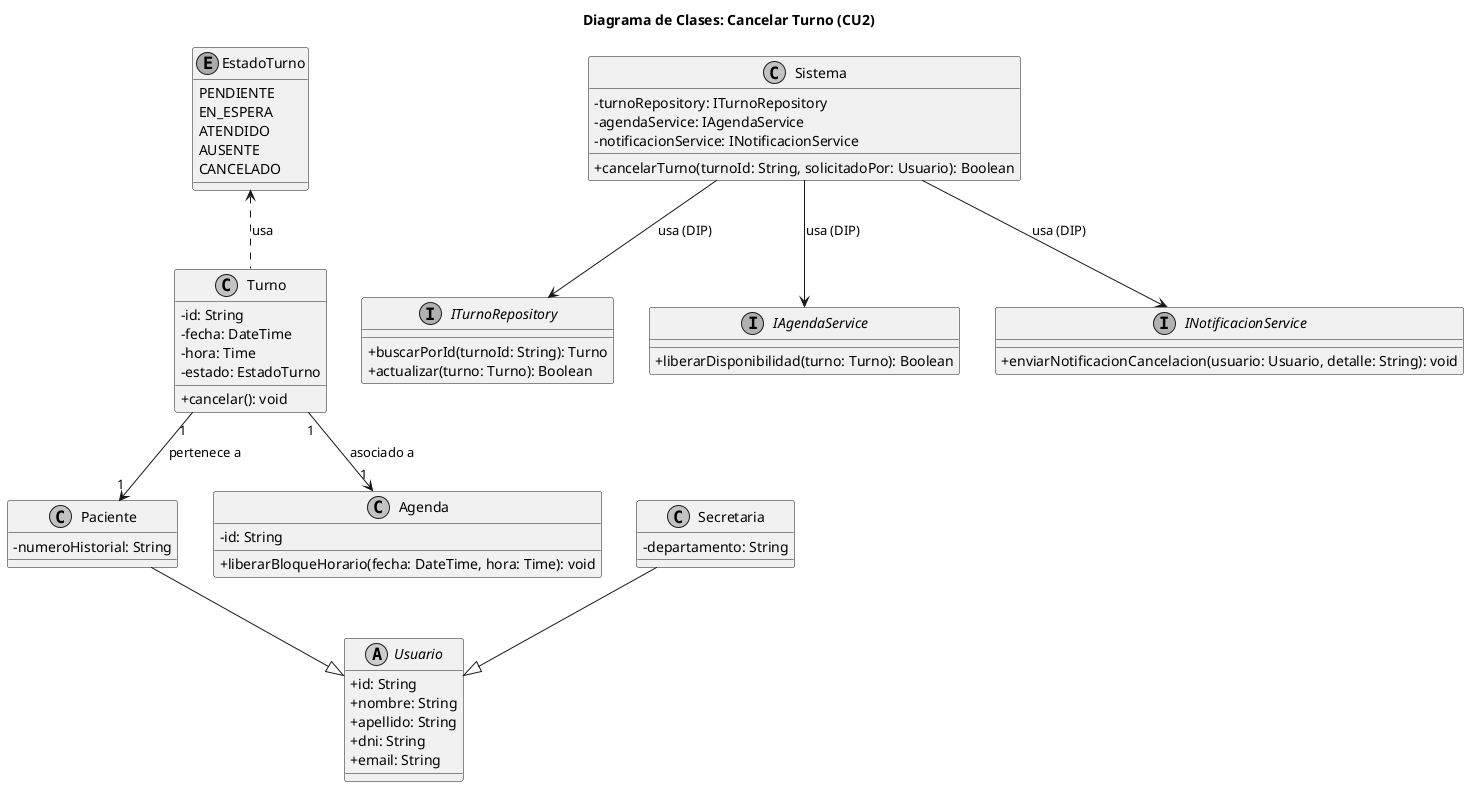
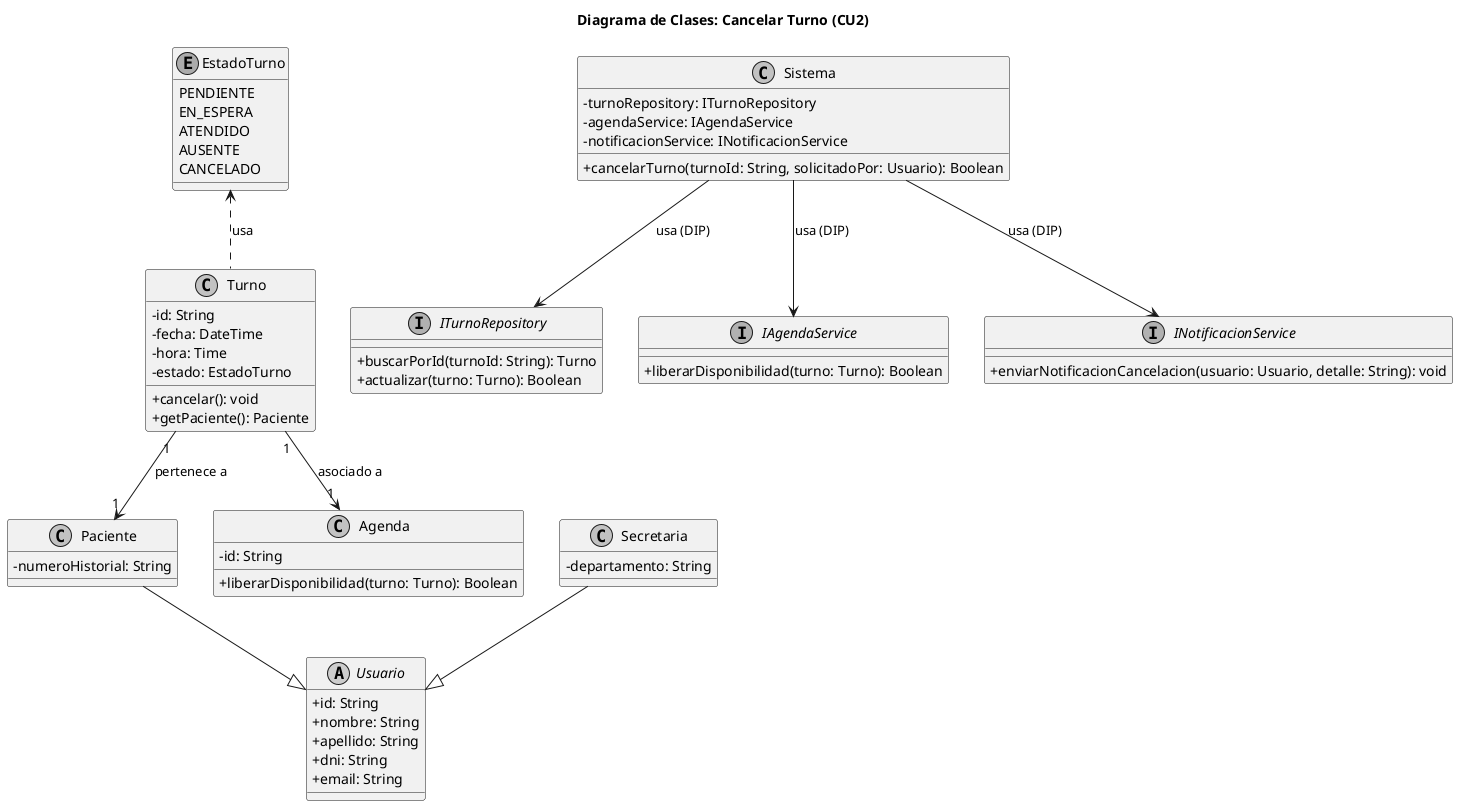
@startuml 02-clases-cancelar-turno-02
title Diagrama de Clases: Cancelar Turno (CU2)

skinparam classAttributeIconSize 0
skinparam monochrome true

abstract class Usuario {
    +id: String
    +nombre: String
    +apellido: String
    +dni: String
    +email: String
}

class Paciente {
    -numeroHistorial: String
}

class Secretaria {
    -departamento: String
}

class Turno {
    -id: String
    -fecha: DateTime
    -hora: Time
    -estado: EstadoTurno
    +cancelar(): void
+     +getPaciente(): Paciente
}

class Agenda {
    -id: String
-     +liberarBloqueHorario(fecha: DateTime, hora: Time): void
+     +liberarDisponibilidad(turno: Turno): Boolean
}

enum EstadoTurno {
    PENDIENTE
    EN_ESPERA
    ATENDIDO
    AUSENTE
    CANCELADO
}

interface ITurnoRepository {
    +buscarPorId(turnoId: String): Turno
    +actualizar(turno: Turno): Boolean
}

interface IAgendaService {
    +liberarDisponibilidad(turno: Turno): Boolean
}

interface INotificacionService {
    +enviarNotificacionCancelacion(usuario: Usuario, detalle: String): void
}

class Sistema {
    -turnoRepository: ITurnoRepository
    -agendaService: IAgendaService
    -notificacionService: INotificacionService
    +cancelarTurno(turnoId: String, solicitadoPor: Usuario): Boolean
}

Paciente --|> Usuario
Secretaria --|> Usuario
Turno "1" --> "1" Paciente : pertenece a
Turno "1" --> "1" Agenda : asociado a
Turno .up.> EstadoTurno : usa

Sistema --> ITurnoRepository : usa (DIP)
Sistema --> IAgendaService : usa (DIP)
Sistema --> INotificacionService : usa (DIP)

- @enduml
+ @enduml